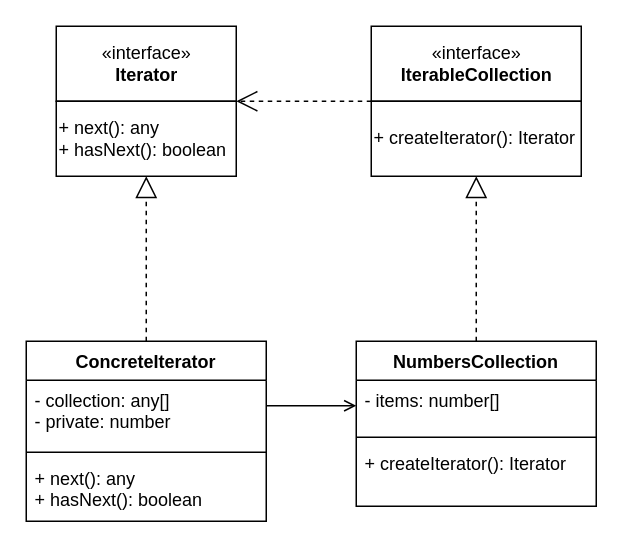
The draw.io diagram Behavioral/Iterator/iterator.drawio in VladTkachenko-page/Patterns, before the edit. Source tidied: cells renumbered, new cells numbered last; positions are measured from the earlier drawing's top-left corner, leaving out a move shared by most shapes. Both pictures are drawn from the tidied source at 150%, with x=0, y=0 at pixel (26, 26).
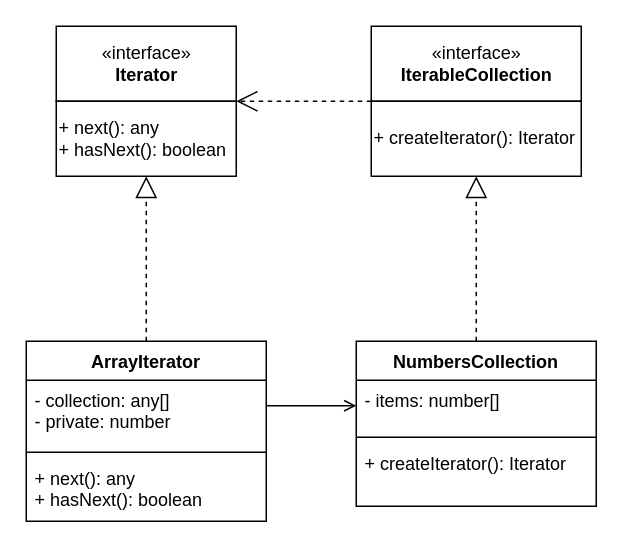
The same diagram, later.

Change to the diagram source:
```diff
@@
 <mxGraphModel>
   <root>
     <mxCell id="0" />
     <mxCell id="1" parent="0" />
     <mxCell id="2" style="group;" parent="1" vertex="1">
       <mxGeometry x="20" width="120" height="100" as="geometry" />
     </mxCell>
     <mxCell id="3" value="«interface»&lt;br&gt;&lt;b&gt;Iterator&lt;/b&gt;" style="html=1;" parent="2" vertex="1">
       <mxGeometry width="120" height="50" as="geometry" />
     </mxCell>
     <mxCell id="4" value="+ next(): any&lt;br&gt;+ hasNext(): boolean" style="html=1;align=left;" parent="2" vertex="1">
       <mxGeometry y="50" width="120" height="50" as="geometry" />
     </mxCell>
-    <mxCell id="5" value="ConcreteIterator" style="swimlane;fontStyle=1;align=center;verticalAlign=top;horizontal=1;startSize=26;" parent="1" vertex="1">
+    <mxCell id="5" value="ArrayIterator" style="swimlane;fontStyle=1;align=center;verticalAlign=top;horizontal=1;startSize=26;" parent="1" vertex="1">
       <mxGeometry y="210" width="160" height="120" as="geometry" />
     </mxCell>
     <mxCell id="6" value="- collection: any[]&#10;- private: number" style="text;strokeColor=none;fillColor=none;align=left;verticalAlign=top;spacingLeft=4;spacingRight=4;overflow=hidden;points=[[0,0.5],[1,0.5]];portConstraint=eastwest;" parent="5" vertex="1">
       <mxGeometry y="26" width="160" height="44" as="geometry" />
     </mxCell>
     <mxCell id="7" style="line;strokeWidth=1;fillColor=none;align=left;verticalAlign=middle;spacingTop=-1;spacingLeft=3;spacingRight=3;labelPosition=right;" parent="5" vertex="1">
       <mxGeometry y="70" width="160" height="8" as="geometry" />
     </mxCell>
     <mxCell id="8" value="+ next(): any&#10;+ hasNext(): boolean" style="text;strokeColor=none;fillColor=none;align=left;verticalAlign=top;spacingLeft=4;spacingRight=4;overflow=hidden;" parent="5" vertex="1">
       <mxGeometry y="78" width="160" height="42" as="geometry" />
     </mxCell>
     <mxCell id="9" style="endArrow=block;dashed=1;endFill=0;endSize=12;html=1;entryX=0.5;entryY=1;entryDx=0;entryDy=0;exitX=0.5;exitY=0;exitDx=0;exitDy=0;" parent="1" edge="1" source="5" target="4">
       <mxGeometry relative="1" as="geometry" />
     </mxCell>
     <mxCell id="10" style="group;" parent="1" vertex="1">
       <mxGeometry x="230" width="140" height="100" as="geometry" />
     </mxCell>
     <mxCell id="11" value="«interface»&lt;br&gt;&lt;b&gt;IterableCollection&lt;/b&gt;" style="html=1;" parent="10" vertex="1">
       <mxGeometry width="140" height="50" as="geometry" />
     </mxCell>
     <mxCell id="12" value="+ createIterator(): Iterator" style="html=1;align=left;" parent="10" vertex="1">
       <mxGeometry y="50" width="140" height="50" as="geometry" />
     </mxCell>
     <mxCell id="13" value="NumbersCollection" style="swimlane;fontStyle=1;align=center;verticalAlign=top;horizontal=1;startSize=26;" parent="1" vertex="1">
       <mxGeometry x="220" y="210" width="160" height="110" as="geometry" />
     </mxCell>
     <mxCell id="14" value="- items: number[]" style="text;strokeColor=none;fillColor=none;align=left;verticalAlign=top;spacingLeft=4;spacingRight=4;overflow=hidden;points=[[0,0.5],[1,0.5]];portConstraint=eastwest;" parent="13" vertex="1">
       <mxGeometry y="26" width="160" height="34" as="geometry" />
     </mxCell>
     <mxCell id="15" style="line;strokeWidth=1;fillColor=none;align=left;verticalAlign=middle;spacingTop=-1;spacingLeft=3;spacingRight=3;labelPosition=right;" parent="13" vertex="1">
       <mxGeometry y="60" width="160" height="8" as="geometry" />
     </mxCell>
     <mxCell id="16" value="+ createIterator(): Iterator" style="text;strokeColor=none;fillColor=none;align=left;verticalAlign=top;spacingLeft=4;spacingRight=4;overflow=hidden;" parent="13" vertex="1">
       <mxGeometry y="68" width="160" height="42" as="geometry" />
     </mxCell>
     <mxCell id="17" style="endArrow=block;dashed=1;endFill=0;endSize=12;html=1;entryX=0.5;entryY=1;entryDx=0;entryDy=0;exitX=0.5;exitY=0;exitDx=0;exitDy=0;" parent="1" edge="1" source="13" target="12">
       <mxGeometry relative="1" as="geometry" />
     </mxCell>
     <mxCell id="18" style="endArrow=open;dashed=1;endFill=0;endSize=12;html=1;entryX=1;entryY=0;entryDx=0;entryDy=0;exitX=0;exitY=0;exitDx=0;exitDy=0;" parent="1" edge="1" source="12" target="4">
       <mxGeometry relative="1" as="geometry" />
     </mxCell>
     <mxCell id="19" style="endArrow=open;startArrow=none;endFill=0;startFill=0;html=1;entryX=0;entryY=0.5;entryDx=0;entryDy=0;exitX=1;exitY=0.386;exitDx=0;exitDy=0;exitPerimeter=0;" parent="1" edge="1" source="6" target="14">
       <mxGeometry relative="1" as="geometry" />
     </mxCell>
   </root>
 </mxGraphModel>
```
